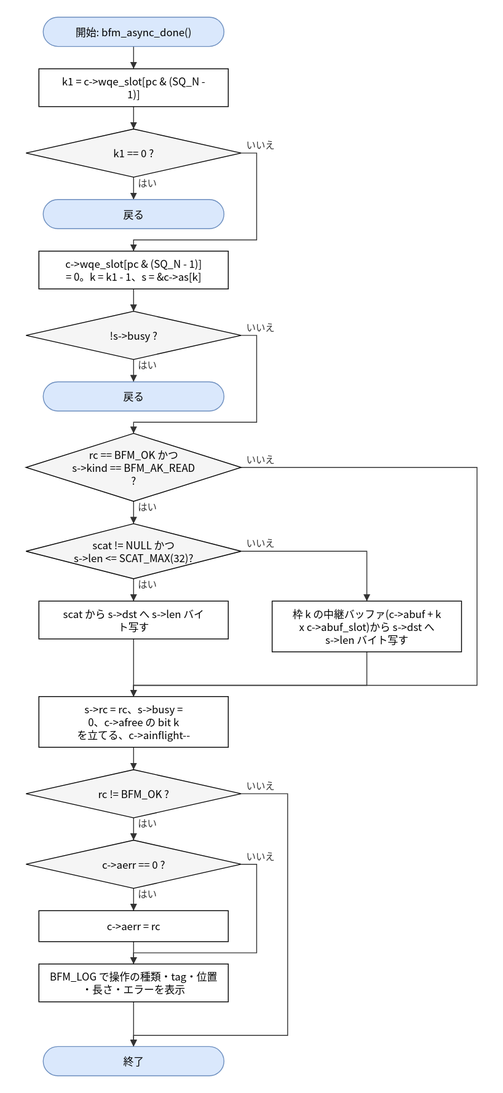
Earlier version of the draw.io export doc/spec/images/flow_src_bfm_async-bfm_async_done.drawio.svg (hf355051012-ai/bfmem). Source tidied: cells renumbered, new cells last; positions are measured from the earlier drawing's top-left corner, leaving out a move shared by most shapes.
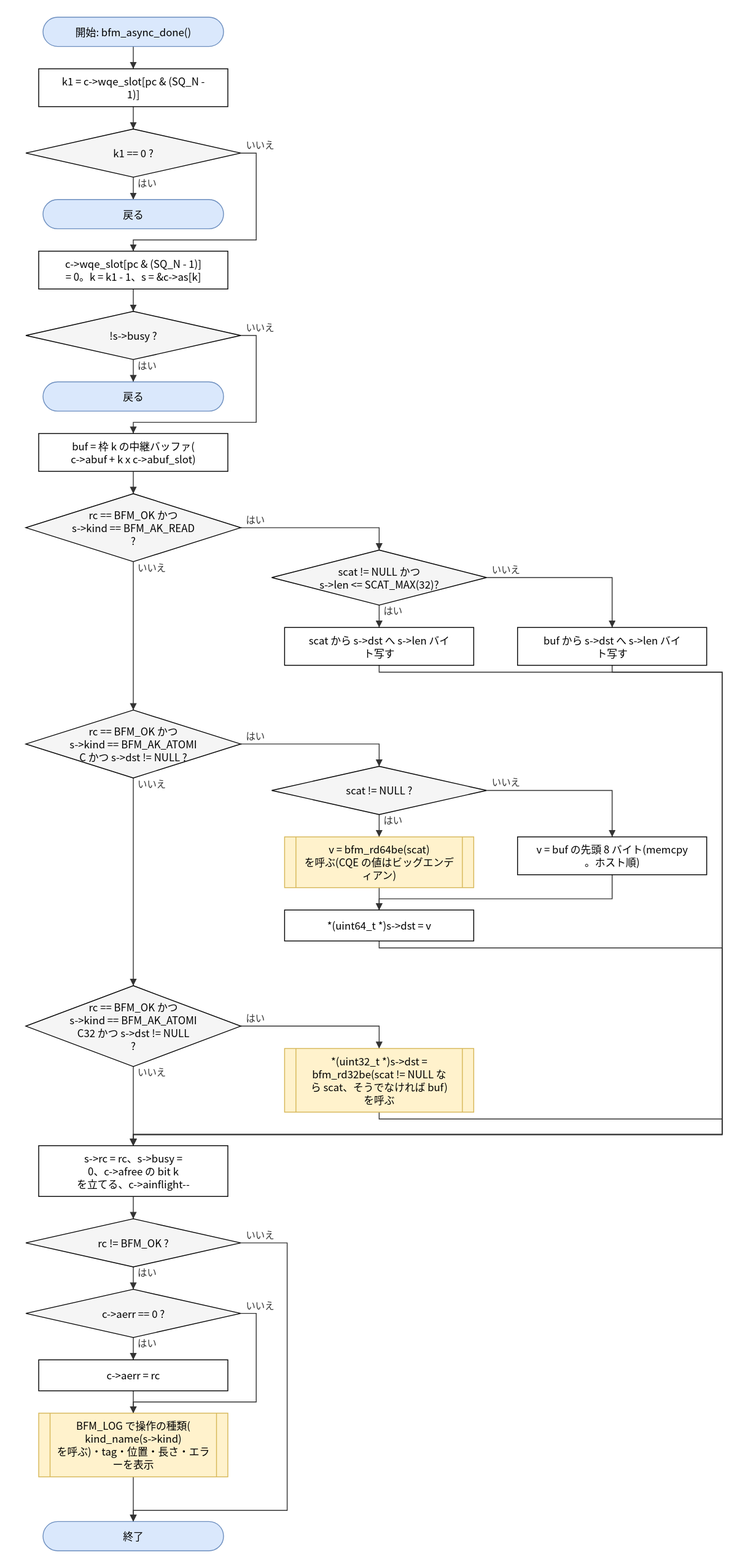
The same diagram one commit later.

Diff of the diagram source:
```diff
@@ -23,36 +23,60 @@
     <mxCell id="8" value="戻る" style="rounded=1;arcSize=50;whiteSpace=wrap;html=1;fillColor=#dae8fc;strokeColor=#6c8ebf;" parent="1" vertex="1">
       <mxGeometry x="20" y="424" width="210" height="34" as="geometry" />
     </mxCell>
-    <mxCell id="9" value="rc == BFM_OK かつ&lt;br&gt;s-&amp;gt;kind == BFM_AK_READ&lt;br&gt;?" style="rhombus;whiteSpace=wrap;html=1;fillColor=#f5f5f5;" parent="1" vertex="1">
-      <mxGeometry y="484" width="250" height="79" as="geometry" />
+    <mxCell id="9" value="buf = 枠 k の中継バッファ(&lt;br&gt;c-&amp;gt;abuf + k x c-&amp;gt;abuf_slot)" style="rounded=0;whiteSpace=wrap;html=1;" parent="1" vertex="1">
+      <mxGeometry x="15" y="484" width="220" height="44" as="geometry" />
     </mxCell>
-    <mxCell id="10" value="scat != NULL かつ&lt;br&gt;s-&amp;gt;len &amp;lt;= SCAT_MAX(32)?" style="rhombus;whiteSpace=wrap;html=1;fillColor=#f5f5f5;" parent="1" vertex="1">
-      <mxGeometry y="589" width="250" height="64" as="geometry" />
+    <mxCell id="10" value="rc == BFM_OK かつ&lt;br&gt;s-&amp;gt;kind == BFM_AK_READ&lt;br&gt;?" style="rhombus;whiteSpace=wrap;html=1;fillColor=#f5f5f5;" parent="1" vertex="1">
+      <mxGeometry y="554" width="250" height="79" as="geometry" />
     </mxCell>
-    <mxCell id="11" value="scat から s-&amp;gt;dst へ s-&amp;gt;len バイ&lt;br&gt;ト写す" style="rounded=0;whiteSpace=wrap;html=1;" parent="1" vertex="1">
-      <mxGeometry x="15" y="679" width="220" height="44" as="geometry" />
+    <mxCell id="11" value="scat != NULL かつ&lt;br&gt;s-&amp;gt;len &amp;lt;= SCAT_MAX(32)?" style="rhombus;whiteSpace=wrap;html=1;fillColor=#f5f5f5;" parent="1" vertex="1">
+      <mxGeometry x="286" y="619.5" width="250" height="64" as="geometry" />
     </mxCell>
-    <mxCell id="12" value="枠 k の中継バッファ(c-&amp;gt;abuf + k&lt;br&gt;x c-&amp;gt;abuf_slot)から s-&amp;gt;dst へ&lt;br&gt;s-&amp;gt;len バイト写す" style="rounded=0;whiteSpace=wrap;html=1;" parent="1" vertex="1">
-      <mxGeometry x="286" y="679" width="220" height="59" as="geometry" />
+    <mxCell id="12" value="scat から s-&amp;gt;dst へ s-&amp;gt;len バイ&lt;br&gt;ト写す" style="rounded=0;whiteSpace=wrap;html=1;" parent="1" vertex="1">
+      <mxGeometry x="301" y="709.5" width="220" height="44" as="geometry" />
     </mxCell>
-    <mxCell id="13" value="s-&amp;gt;rc = rc、s-&amp;gt;busy =&lt;br&gt;0、c-&amp;gt;afree の bit k&lt;br&gt;を立てる、c-&amp;gt;ainflight--" style="rounded=0;whiteSpace=wrap;html=1;" parent="1" vertex="1">
-      <mxGeometry x="15" y="790" width="220" height="59" as="geometry" />
+    <mxCell id="13" value="buf から s-&amp;gt;dst へ s-&amp;gt;len バイ&lt;br&gt;ト写す" style="rounded=0;whiteSpace=wrap;html=1;" parent="1" vertex="1">
+      <mxGeometry x="572" y="709.5" width="220" height="44" as="geometry" />
     </mxCell>
-    <mxCell id="14" value="rc != BFM_OK ?" style="rhombus;whiteSpace=wrap;html=1;fillColor=#f5f5f5;" parent="1" vertex="1">
-      <mxGeometry y="875" width="250" height="56" as="geometry" />
+    <mxCell id="14" value="rc == BFM_OK かつ&lt;br&gt;s-&amp;gt;kind == BFM_AK_ATOMI&lt;br&gt;C かつ s-&amp;gt;dst != NULL ?" style="rhombus;whiteSpace=wrap;html=1;fillColor=#f5f5f5;" parent="1" vertex="1">
+      <mxGeometry y="805.5" width="250" height="79" as="geometry" />
     </mxCell>
-    <mxCell id="15" value="c-&amp;gt;aerr == 0 ?" style="rhombus;whiteSpace=wrap;html=1;fillColor=#f5f5f5;" parent="1" vertex="1">
-      <mxGeometry y="957" width="250" height="56" as="geometry" />
+    <mxCell id="15" value="scat != NULL ?" style="rhombus;whiteSpace=wrap;html=1;fillColor=#f5f5f5;" parent="1" vertex="1">
+      <mxGeometry x="286" y="871" width="250" height="56" as="geometry" />
     </mxCell>
-    <mxCell id="16" value="c-&amp;gt;aerr = rc" style="rounded=0;whiteSpace=wrap;html=1;" parent="1" vertex="1">
-      <mxGeometry x="15" y="1039" width="220" height="36" as="geometry" />
+    <mxCell id="16" value="v = bfm_rd64be(scat)&lt;br&gt;を呼ぶ(CQE の値はビッグエンデ&lt;br&gt;ィアン)" style="shape=process;whiteSpace=wrap;html=1;backgroundOutline=1;size=0.06;fillColor=#fff2cc;strokeColor=#d6b656;" parent="1" vertex="1">
+      <mxGeometry x="301" y="953" width="220" height="59" as="geometry" />
     </mxCell>
-    <mxCell id="17" value="BFM_LOG で操作の種類・tag・位置&lt;br&gt;・長さ・エラーを表示" style="rounded=0;whiteSpace=wrap;html=1;" parent="1" vertex="1">
-      <mxGeometry x="15" y="1101" width="220" height="44" as="geometry" />
+    <mxCell id="17" value="v = buf の先頭 8 バイト(memcpy&lt;br&gt;。ホスト順)" style="rounded=0;whiteSpace=wrap;html=1;" parent="1" vertex="1">
+      <mxGeometry x="572" y="953" width="220" height="44" as="geometry" />
     </mxCell>
-    <mxCell id="18" value="終了" style="rounded=1;arcSize=50;whiteSpace=wrap;html=1;fillColor=#dae8fc;strokeColor=#6c8ebf;" parent="1" vertex="1">
-      <mxGeometry x="20" y="1197" width="210" height="34" as="geometry" />
+    <mxCell id="18" value="*(uint64_t *)s-&amp;gt;dst = v" style="rounded=0;whiteSpace=wrap;html=1;" parent="1" vertex="1">
+      <mxGeometry x="301" y="1038" width="220" height="36" as="geometry" />
     </mxCell>
+    <mxCell id="39" value="rc == BFM_OK かつ&lt;br&gt;s-&amp;gt;kind == BFM_AK_ATOMI&lt;br&gt;C32 かつ s-&amp;gt;dst != NULL&lt;br&gt;?" style="rhombus;whiteSpace=wrap;html=1;fillColor=#f5f5f5;" parent="1" vertex="1">
+      <mxGeometry y="1126" width="250" height="94" as="geometry" />
+    </mxCell>
+    <mxCell id="40" value="*(uint32_t *)s-&amp;gt;dst =&lt;br&gt;bfm_rd32be(scat != NULL な&lt;br&gt;ら scat、そうでなければ buf)&lt;br&gt;を呼ぶ" style="shape=process;whiteSpace=wrap;html=1;backgroundOutline=1;size=0.06;fillColor=#fff2cc;strokeColor=#d6b656;" parent="1" vertex="1">
+      <mxGeometry x="301" y="1199" width="220" height="74" as="geometry" />
+    </mxCell>
+    <mxCell id="41" value="s-&amp;gt;rc = rc、s-&amp;gt;busy =&lt;br&gt;0、c-&amp;gt;afree の bit k&lt;br&gt;を立てる、c-&amp;gt;ainflight--" style="rounded=0;whiteSpace=wrap;html=1;" parent="1" vertex="1">
+      <mxGeometry x="15" y="1312" width="220" height="59" as="geometry" />
+    </mxCell>
+    <mxCell id="42" value="rc != BFM_OK ?" style="rhombus;whiteSpace=wrap;html=1;fillColor=#f5f5f5;" parent="1" vertex="1">
+      <mxGeometry y="1397" width="250" height="56" as="geometry" />
+    </mxCell>
+    <mxCell id="43" value="c-&amp;gt;aerr == 0 ?" style="rhombus;whiteSpace=wrap;html=1;fillColor=#f5f5f5;" parent="1" vertex="1">
+      <mxGeometry y="1479" width="250" height="56" as="geometry" />
+    </mxCell>
+    <mxCell id="44" value="c-&amp;gt;aerr = rc" style="rounded=0;whiteSpace=wrap;html=1;" parent="1" vertex="1">
+      <mxGeometry x="15" y="1561" width="220" height="36" as="geometry" />
+    </mxCell>
+    <mxCell id="45" value="BFM_LOG で操作の種類(&lt;br&gt;kind_name(s-&amp;gt;kind)&lt;br&gt;を呼ぶ)・tag・位置・長さ・エラ&lt;br&gt;ーを表示" style="shape=process;whiteSpace=wrap;html=1;backgroundOutline=1;size=0.06;fillColor=#fff2cc;strokeColor=#d6b656;" parent="1" vertex="1">
+      <mxGeometry x="15" y="1623" width="220" height="74" as="geometry" />
+    </mxCell>
+    <mxCell id="46" value="終了" style="rounded=1;arcSize=50;whiteSpace=wrap;html=1;fillColor=#dae8fc;strokeColor=#6c8ebf;" parent="1" vertex="1">
+      <mxGeometry x="20" y="1749" width="210" height="34" as="geometry" />
+    </mxCell>
     <mxCell id="19" style="edgeStyle=none;html=1;rounded=0;endArrow=block;endFill=1;exitX=0.5000;exitY=1.0000;exitDx=0;exitDy=0;exitPerimeter=0;entryX=0.5000;entryY=0.0000;entryDx=0;entryDy=0;entryPerimeter=0;" parent="1" edge="1" source="2" target="3">
       <mxGeometry relative="1" as="geometry" />
     </mxCell>
@@ -86,71 +110,142 @@
         </Array>
       </mxGeometry>
     </mxCell>
-    <mxCell id="26" value="はい" style="edgeStyle=none;html=1;rounded=0;endArrow=block;endFill=1;exitX=0.5000;exitY=1.0000;exitDx=0;exitDy=0;exitPerimeter=0;entryX=0.5000;entryY=0.0000;entryDx=0;entryDy=0;entryPerimeter=0;" parent="1" edge="1" source="9" target="10">
+    <mxCell id="26" style="edgeStyle=none;html=1;rounded=0;endArrow=block;endFill=1;exitX=0.5000;exitY=1.0000;exitDx=0;exitDy=0;exitPerimeter=0;entryX=0.5000;entryY=0.0000;entryDx=0;entryDy=0;entryPerimeter=0;" parent="1" edge="1" source="9" target="10">
       <mxGeometry relative="1" as="geometry" />
     </mxCell>
-    <mxCell id="27" value="はい" style="edgeStyle=none;html=1;rounded=0;endArrow=block;endFill=1;exitX=0.5000;exitY=1.0000;exitDx=0;exitDy=0;exitPerimeter=0;entryX=0.5000;entryY=0.0000;entryDx=0;entryDy=0;entryPerimeter=0;" parent="1" edge="1" source="10" target="11">
-      <mxGeometry relative="1" as="geometry" />
+    <mxCell id="27" value="はい" style="edgeStyle=none;html=1;rounded=0;endArrow=block;endFill=1;exitX=1.0000;exitY=0.5000;exitDx=0;exitDy=0;exitPerimeter=0;entryX=0.5000;entryY=0.0000;entryDx=0;entryDy=0;entryPerimeter=0;" parent="1" edge="1" source="10" target="11">
+      <mxGeometry relative="1" as="geometry">
+        <Array as="points">
+          <mxPoint x="411" y="593.5" />
+        </Array>
+      </mxGeometry>
     </mxCell>
-    <mxCell id="28" value="いいえ" style="edgeStyle=none;html=1;rounded=0;endArrow=block;endFill=1;exitX=1.0000;exitY=0.5000;exitDx=0;exitDy=0;exitPerimeter=0;entryX=0.5000;entryY=0.0000;entryDx=0;entryDy=0;entryPerimeter=0;" parent="1" edge="1" source="10" target="12">
-      <mxGeometry relative="1" as="geometry">
-        <Array as="points">
-          <mxPoint x="396" y="621" />
-        </Array>
-      </mxGeometry>
+    <mxCell id="28" value="はい" style="edgeStyle=none;html=1;rounded=0;endArrow=block;endFill=1;exitX=0.5000;exitY=1.0000;exitDx=0;exitDy=0;exitPerimeter=0;entryX=0.5000;entryY=0.0000;entryDx=0;entryDy=0;entryPerimeter=0;" parent="1" edge="1" source="11" target="12">
+      <mxGeometry relative="1" as="geometry" />
     </mxCell>
-    <mxCell id="29" style="edgeStyle=none;html=1;rounded=0;endArrow=block;endFill=1;exitX=0.5000;exitY=1.0000;exitDx=0;exitDy=0;exitPerimeter=0;entryX=0.5000;entryY=0.0000;entryDx=0;entryDy=0;entryPerimeter=0;" parent="1" edge="1" source="11" target="13">
-      <mxGeometry relative="1" as="geometry" />
+    <mxCell id="29" value="いいえ" style="edgeStyle=none;html=1;rounded=0;endArrow=block;endFill=1;exitX=1.0000;exitY=0.5000;exitDx=0;exitDy=0;exitPerimeter=0;entryX=0.5000;entryY=0.0000;entryDx=0;entryDy=0;entryPerimeter=0;" parent="1" edge="1" source="11" target="13">
+      <mxGeometry relative="1" as="geometry">
+        <Array as="points">
+          <mxPoint x="682" y="651.5" />
+        </Array>
+      </mxGeometry>
     </mxCell>
-    <mxCell id="30" style="edgeStyle=none;html=1;rounded=0;endArrow=block;endFill=1;exitX=0.5000;exitY=1.0000;exitDx=0;exitDy=0;exitPerimeter=0;entryX=0.5000;entryY=0.0000;entryDx=0;entryDy=0;entryPerimeter=0;" parent="1" edge="1" source="12" target="13">
-      <mxGeometry relative="1" as="geometry">
-        <Array as="points">
-          <mxPoint x="396" y="777" />
-          <mxPoint x="125" y="777" />
-        </Array>
-      </mxGeometry>
+    <mxCell id="30" value="いいえ" style="edgeStyle=none;html=1;rounded=0;endArrow=block;endFill=1;exitX=0.5000;exitY=1.0000;exitDx=0;exitDy=0;exitPerimeter=0;entryX=0.5000;entryY=0.0000;entryDx=0;entryDy=0;entryPerimeter=0;" parent="1" edge="1" source="10" target="14">
+      <mxGeometry relative="1" as="geometry" />
     </mxCell>
-    <mxCell id="31" value="いいえ" style="edgeStyle=none;html=1;rounded=0;endArrow=block;endFill=1;exitX=1.0000;exitY=0.5000;exitDx=0;exitDy=0;exitPerimeter=0;entryX=0.5000;entryY=0.0000;entryDx=0;entryDy=0;entryPerimeter=0;" parent="1" edge="1" source="9" target="13">
+    <mxCell id="31" value="はい" style="edgeStyle=none;html=1;rounded=0;endArrow=block;endFill=1;exitX=1.0000;exitY=0.5000;exitDx=0;exitDy=0;exitPerimeter=0;entryX=0.5000;entryY=0.0000;entryDx=0;entryDy=0;entryPerimeter=0;" parent="1" edge="1" source="14" target="15">
       <mxGeometry relative="1" as="geometry">
         <Array as="points">
-          <mxPoint x="524" y="523.5" />
-          <mxPoint x="524" y="777" />
-          <mxPoint x="125" y="777" />
+          <mxPoint x="411" y="845" />
         </Array>
       </mxGeometry>
     </mxCell>
-    <mxCell id="32" style="edgeStyle=none;html=1;rounded=0;endArrow=block;endFill=1;exitX=0.5000;exitY=1.0000;exitDx=0;exitDy=0;exitPerimeter=0;entryX=0.5000;entryY=0.0000;entryDx=0;entryDy=0;entryPerimeter=0;" parent="1" edge="1" source="13" target="14">
+    <mxCell id="32" value="はい" style="edgeStyle=none;html=1;rounded=0;endArrow=block;endFill=1;exitX=0.5000;exitY=1.0000;exitDx=0;exitDy=0;exitPerimeter=0;entryX=0.5000;entryY=0.0000;entryDx=0;entryDy=0;entryPerimeter=0;" parent="1" edge="1" source="15" target="16">
       <mxGeometry relative="1" as="geometry" />
     </mxCell>
-    <mxCell id="33" value="はい" style="edgeStyle=none;html=1;rounded=0;endArrow=block;endFill=1;exitX=0.5000;exitY=1.0000;exitDx=0;exitDy=0;exitPerimeter=0;entryX=0.5000;entryY=0.0000;entryDx=0;entryDy=0;entryPerimeter=0;" parent="1" edge="1" source="14" target="15">
-      <mxGeometry relative="1" as="geometry" />
+    <mxCell id="33" value="いいえ" style="edgeStyle=none;html=1;rounded=0;endArrow=block;endFill=1;exitX=1.0000;exitY=0.5000;exitDx=0;exitDy=0;exitPerimeter=0;entryX=0.5000;entryY=0.0000;entryDx=0;entryDy=0;entryPerimeter=0;" parent="1" edge="1" source="15" target="17">
+      <mxGeometry relative="1" as="geometry">
+        <Array as="points">
+          <mxPoint x="682" y="899" />
+        </Array>
+      </mxGeometry>
     </mxCell>
-    <mxCell id="34" value="はい" style="edgeStyle=none;html=1;rounded=0;endArrow=block;endFill=1;exitX=0.5000;exitY=1.0000;exitDx=0;exitDy=0;exitPerimeter=0;entryX=0.5000;entryY=0.0000;entryDx=0;entryDy=0;entryPerimeter=0;" parent="1" edge="1" source="15" target="16">
+    <mxCell id="34" style="edgeStyle=none;html=1;rounded=0;endArrow=block;endFill=1;exitX=0.5000;exitY=1.0000;exitDx=0;exitDy=0;exitPerimeter=0;entryX=0.5000;entryY=0.0000;entryDx=0;entryDy=0;entryPerimeter=0;" parent="1" edge="1" source="16" target="18">
       <mxGeometry relative="1" as="geometry" />
     </mxCell>
-    <mxCell id="35" style="edgeStyle=none;html=1;rounded=0;endArrow=block;endFill=1;exitX=0.5000;exitY=1.0000;exitDx=0;exitDy=0;exitPerimeter=0;entryX=0.5000;entryY=0.0000;entryDx=0;entryDy=0;entryPerimeter=0;" parent="1" edge="1" source="16" target="17">
-      <mxGeometry relative="1" as="geometry" />
+    <mxCell id="35" style="edgeStyle=none;html=1;rounded=0;endArrow=block;endFill=1;exitX=0.5000;exitY=1.0000;exitDx=0;exitDy=0;exitPerimeter=0;entryX=0.5000;entryY=0.0000;entryDx=0;entryDy=0;entryPerimeter=0;" parent="1" edge="1" source="17" target="18">
+      <mxGeometry relative="1" as="geometry">
+        <Array as="points">
+          <mxPoint x="682" y="1025" />
+          <mxPoint x="411" y="1025" />
+        </Array>
+      </mxGeometry>
     </mxCell>
-    <mxCell id="36" value="いいえ" style="edgeStyle=none;html=1;rounded=0;endArrow=block;endFill=1;exitX=1.0000;exitY=0.5000;exitDx=0;exitDy=0;exitPerimeter=0;entryX=0.5000;entryY=0.0000;entryDx=0;entryDy=0;entryPerimeter=0;" parent="1" edge="1" source="15" target="17">
-      <mxGeometry relative="1" as="geometry">
-        <Array as="points">
-          <mxPoint x="268" y="985" />
-          <mxPoint x="268" y="1088" />
-          <mxPoint x="125" y="1088" />
-        </Array>
-      </mxGeometry>
+    <mxCell id="36" value="いいえ" style="edgeStyle=none;html=1;rounded=0;endArrow=block;endFill=1;exitX=0.5000;exitY=1.0000;exitDx=0;exitDy=0;exitPerimeter=0;entryX=0.5000;entryY=0.0000;entryDx=0;entryDy=0;entryPerimeter=0;" parent="1" edge="1" source="14" target="39">
+      <mxGeometry relative="1" as="geometry" />
     </mxCell>
-    <mxCell id="37" style="edgeStyle=none;html=1;rounded=0;endArrow=block;endFill=1;exitX=0.5000;exitY=1.0000;exitDx=0;exitDy=0;exitPerimeter=0;entryX=0.5000;entryY=0.0000;entryDx=0;entryDy=0;entryPerimeter=0;" parent="1" edge="1" source="17" target="18">
-      <mxGeometry relative="1" as="geometry" />
+    <mxCell id="37" value="はい" style="edgeStyle=none;html=1;rounded=0;endArrow=block;endFill=1;exitX=1.0000;exitY=0.5000;exitDx=0;exitDy=0;exitPerimeter=0;entryX=0.5000;entryY=0.0000;entryDx=0;entryDy=0;entryPerimeter=0;" parent="1" edge="1" source="39" target="40">
+      <mxGeometry relative="1" as="geometry">
+        <Array as="points">
+          <mxPoint x="411" y="1173" />
+        </Array>
+      </mxGeometry>
     </mxCell>
-    <mxCell id="38" value="いいえ" style="edgeStyle=none;html=1;rounded=0;endArrow=block;endFill=1;exitX=1.0000;exitY=0.5000;exitDx=0;exitDy=0;exitPerimeter=0;entryX=0.5000;entryY=0.0000;entryDx=0;entryDy=0;entryPerimeter=0;" parent="1" edge="1" source="14" target="18">
-      <mxGeometry relative="1" as="geometry">
-        <Array as="points">
-          <mxPoint x="304" y="903" />
-          <mxPoint x="304" y="1184" />
-          <mxPoint x="125" y="1184" />
-        </Array>
-      </mxGeometry>
+    <mxCell id="38" value="いいえ" style="edgeStyle=none;html=1;rounded=0;endArrow=block;endFill=1;exitX=0.5000;exitY=1.0000;exitDx=0;exitDy=0;exitPerimeter=0;entryX=0.5000;entryY=0.0000;entryDx=0;entryDy=0;entryPerimeter=0;" parent="1" edge="1" source="39" target="41">
+      <mxGeometry relative="1" as="geometry" />
     </mxCell>
+    <mxCell id="47" style="edgeStyle=none;html=1;rounded=0;endArrow=block;endFill=1;exitX=0.5000;exitY=1.0000;exitDx=0;exitDy=0;exitPerimeter=0;entryX=0.5000;entryY=0.0000;entryDx=0;entryDy=0;entryPerimeter=0;" parent="1" edge="1" source="12" target="41">
+      <mxGeometry relative="1" as="geometry">
+        <Array as="points">
+          <mxPoint x="411" y="761.5" />
+          <mxPoint x="810" y="761.5" />
+          <mxPoint x="810" y="1299" />
+          <mxPoint x="125" y="1299" />
+        </Array>
+      </mxGeometry>
+    </mxCell>
+    <mxCell id="48" style="edgeStyle=none;html=1;rounded=0;endArrow=block;endFill=1;exitX=0.5000;exitY=1.0000;exitDx=0;exitDy=0;exitPerimeter=0;entryX=0.5000;entryY=0.0000;entryDx=0;entryDy=0;entryPerimeter=0;" parent="1" edge="1" source="13" target="41">
+      <mxGeometry relative="1" as="geometry">
+        <Array as="points">
+          <mxPoint x="682" y="761.5" />
+          <mxPoint x="810" y="761.5" />
+          <mxPoint x="810" y="1299" />
+          <mxPoint x="125" y="1299" />
+        </Array>
+      </mxGeometry>
+    </mxCell>
+    <mxCell id="49" style="edgeStyle=none;html=1;rounded=0;endArrow=block;endFill=1;exitX=0.5000;exitY=1.0000;exitDx=0;exitDy=0;exitPerimeter=0;entryX=0.5000;entryY=0.0000;entryDx=0;entryDy=0;entryPerimeter=0;" parent="1" edge="1" source="18" target="41">
+      <mxGeometry relative="1" as="geometry">
+        <Array as="points">
+          <mxPoint x="411" y="1082" />
+          <mxPoint x="810" y="1082" />
+          <mxPoint x="810" y="1299" />
+          <mxPoint x="125" y="1299" />
+        </Array>
+      </mxGeometry>
+    </mxCell>
+    <mxCell id="50" style="edgeStyle=none;html=1;rounded=0;endArrow=block;endFill=1;exitX=0.5000;exitY=1.0000;exitDx=0;exitDy=0;exitPerimeter=0;entryX=0.5000;entryY=0.0000;entryDx=0;entryDy=0;entryPerimeter=0;" parent="1" edge="1" source="40" target="41">
+      <mxGeometry relative="1" as="geometry">
+        <Array as="points">
+          <mxPoint x="411" y="1281" />
+          <mxPoint x="810" y="1281" />
+          <mxPoint x="810" y="1299" />
+          <mxPoint x="125" y="1299" />
+        </Array>
+      </mxGeometry>
+    </mxCell>
+    <mxCell id="51" style="edgeStyle=none;html=1;rounded=0;endArrow=block;endFill=1;exitX=0.5000;exitY=1.0000;exitDx=0;exitDy=0;exitPerimeter=0;entryX=0.5000;entryY=0.0000;entryDx=0;entryDy=0;entryPerimeter=0;" parent="1" edge="1" source="41" target="42">
+      <mxGeometry relative="1" as="geometry" />
+    </mxCell>
+    <mxCell id="52" value="はい" style="edgeStyle=none;html=1;rounded=0;endArrow=block;endFill=1;exitX=0.5000;exitY=1.0000;exitDx=0;exitDy=0;exitPerimeter=0;entryX=0.5000;entryY=0.0000;entryDx=0;entryDy=0;entryPerimeter=0;" parent="1" edge="1" source="42" target="43">
+      <mxGeometry relative="1" as="geometry" />
+    </mxCell>
+    <mxCell id="53" value="はい" style="edgeStyle=none;html=1;rounded=0;endArrow=block;endFill=1;exitX=0.5000;exitY=1.0000;exitDx=0;exitDy=0;exitPerimeter=0;entryX=0.5000;entryY=0.0000;entryDx=0;entryDy=0;entryPerimeter=0;" parent="1" edge="1" source="43" target="44">
+      <mxGeometry relative="1" as="geometry" />
+    </mxCell>
+    <mxCell id="54" style="edgeStyle=none;html=1;rounded=0;endArrow=block;endFill=1;exitX=0.5000;exitY=1.0000;exitDx=0;exitDy=0;exitPerimeter=0;entryX=0.5000;entryY=0.0000;entryDx=0;entryDy=0;entryPerimeter=0;" parent="1" edge="1" source="44" target="45">
+      <mxGeometry relative="1" as="geometry" />
+    </mxCell>
+    <mxCell id="55" value="いいえ" style="edgeStyle=none;html=1;rounded=0;endArrow=block;endFill=1;exitX=1.0000;exitY=0.5000;exitDx=0;exitDy=0;exitPerimeter=0;entryX=0.5000;entryY=0.0000;entryDx=0;entryDy=0;entryPerimeter=0;" parent="1" edge="1" source="43" target="45">
+      <mxGeometry relative="1" as="geometry">
+        <Array as="points">
+          <mxPoint x="268" y="1507" />
+          <mxPoint x="268" y="1610" />
+          <mxPoint x="125" y="1610" />
+        </Array>
+      </mxGeometry>
+    </mxCell>
+    <mxCell id="56" style="edgeStyle=none;html=1;rounded=0;endArrow=block;endFill=1;exitX=0.5000;exitY=1.0000;exitDx=0;exitDy=0;exitPerimeter=0;entryX=0.5000;entryY=0.0000;entryDx=0;entryDy=0;entryPerimeter=0;" parent="1" edge="1" source="45" target="46">
+      <mxGeometry relative="1" as="geometry" />
+    </mxCell>
+    <mxCell id="57" value="いいえ" style="edgeStyle=none;html=1;rounded=0;endArrow=block;endFill=1;exitX=1.0000;exitY=0.5000;exitDx=0;exitDy=0;exitPerimeter=0;entryX=0.5000;entryY=0.0000;entryDx=0;entryDy=0;entryPerimeter=0;" parent="1" edge="1" source="42" target="46">
+      <mxGeometry relative="1" as="geometry">
+        <Array as="points">
+          <mxPoint x="304" y="1425" />
+          <mxPoint x="304" y="1736" />
+          <mxPoint x="125" y="1736" />
+        </Array>
+      </mxGeometry>
+    </mxCell>
   </root>
 </mxGraphModel>
```
